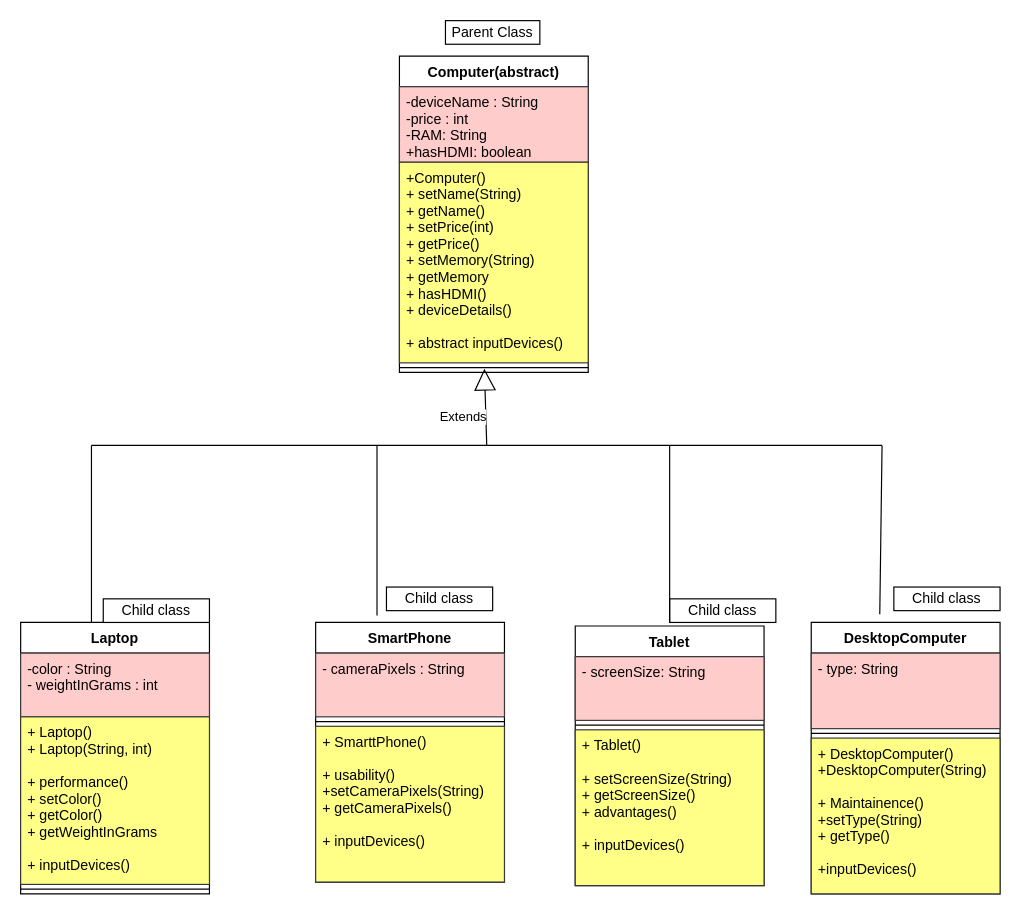
This is Inheritance.drawio from Ratzcodes/Jensen-Assignement-Week48, a draw.io file, before an edit. Source tidied: cells renumbered, new cells numbered last; positions are measured from the earlier drawing's top-left corner, leaving out a move shared by most shapes. Both pictures are drawn from the tidied source at 118%, with x=0, y=0 at pixel (20, 20).
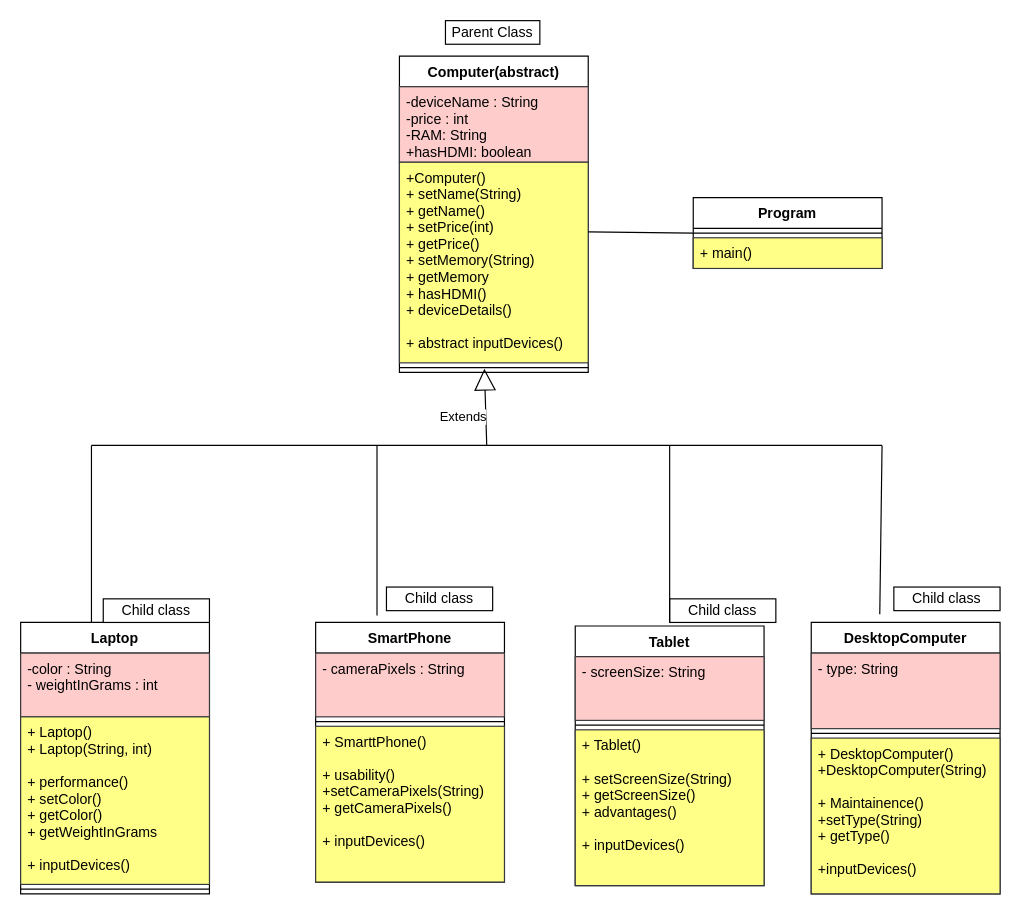
Above is the later version.

Unchanged cells that the change refers to:
```xml
<mxCell id="4" value="+Computer()&#10;+ setName(String)&#10;+ getName()&#10;+ setPrice(int)&#10;+ getPrice()&#10;+ setMemory(String)&#10;+ getMemory&#10;+ hasHDMI()&#10;+ deviceDetails()&#10;&#10;+ abstract inputDevices()&#10;" style="text;align=left;verticalAlign=top;spacingLeft=4;spacingRight=4;overflow=hidden;points=[[0,0.5],[1,0.5]];portConstraint=eastwest;fillColor=#ffff88;strokeColor=#36393d;" parent="2" vertex="1">
  <mxGeometry y="90" width="160" height="170" as="geometry" />
</mxCell>
```

Change to the diagram source:
```diff
@@
+    <mxCell id="33" style="endArrow=none;html=1;rounded=0;exitX=1;exitY=0.347;exitDx=0;exitDy=0;exitPerimeter=0;" parent="1" edge="1" source="4">
+      <mxGeometry relative="1" as="geometry">
+        <mxPoint x="570" y="180" as="targetPoint" />
+      </mxGeometry>
+    </mxCell>
+    <mxCell id="34" value="Program" style="swimlane;fontStyle=1;align=center;verticalAlign=top;horizontal=1;startSize=26;" parent="1" vertex="1">
+      <mxGeometry x="570" y="150" width="160" height="60" as="geometry" />
+    </mxCell>
+    <mxCell id="35" style="line;strokeWidth=1;fillColor=none;align=left;verticalAlign=middle;spacingTop=-1;spacingLeft=3;spacingRight=3;labelPosition=right;strokeColor=inherit;" parent="34" vertex="1">
+      <mxGeometry y="26" width="160" height="8" as="geometry" />
+    </mxCell>
+    <mxCell id="36" value="+ main()" style="text;strokeColor=#36393d;fillColor=#ffff88;align=left;verticalAlign=top;spacingLeft=4;spacingRight=4;overflow=hidden;" parent="34" vertex="1">
+      <mxGeometry y="34" width="160" height="26" as="geometry" />
+    </mxCell>
```
